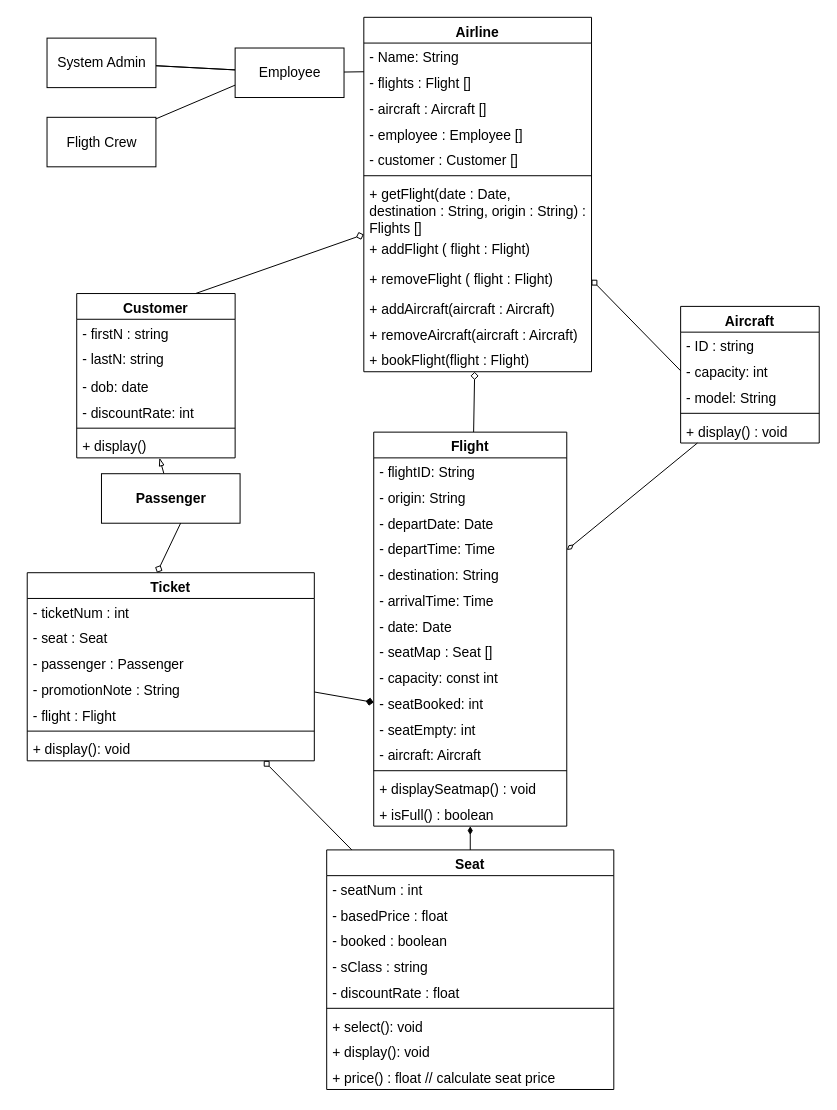
Earlier version of the draw.io diagram P2_Domain_Diagram/domain_full.drawio (ESDiep/FlightReservationProject). Source tidied: cells renumbered, new cells numbered last; positions are measured from the earlier drawing's top-left corner, leaving out a move shared by most shapes. Both pictures are drawn from the tidied source at 99%, with x=0, y=0 at pixel (27, 17).
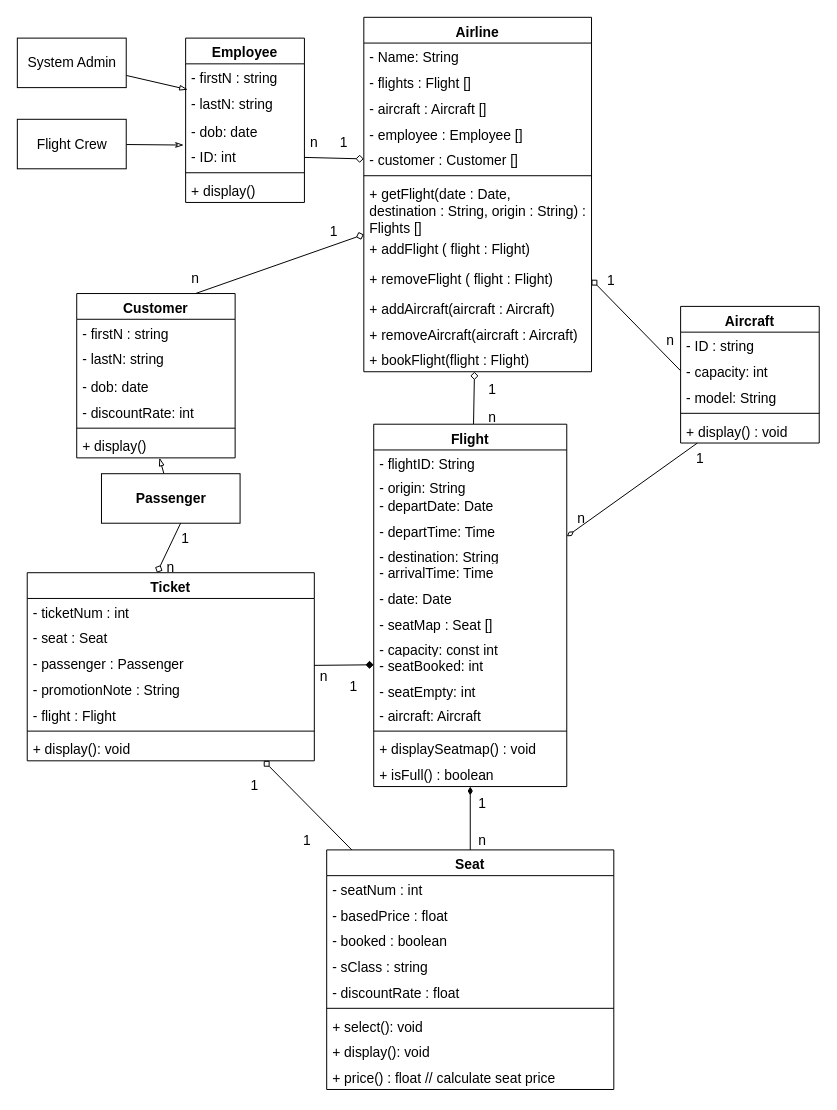
The same page after the edit.

Unchanged cells that the change refers to:
```xml
<mxCell id="14" value="- Name: String&#10;" style="text;strokeColor=none;fillColor=none;align=left;verticalAlign=top;spacingLeft=4;spacingRight=4;overflow=hidden;points=[[0,0.5],[1,0.5]];portConstraint=eastwest;fontSize=14;" parent="13" vertex="1">
  <mxGeometry y="26" width="230" height="26" as="geometry" />
</mxCell>
<mxCell id="18" value="- customer : Customer []&#10;" style="text;strokeColor=none;fillColor=none;align=left;verticalAlign=top;spacingLeft=4;spacingRight=4;overflow=hidden;points=[[0,0.5],[1,0.5]];portConstraint=eastwest;fontSize=14;" parent="13" vertex="1">
  <mxGeometry y="130" width="230" height="26" as="geometry" />
</mxCell>
```

Change to the diagram source:
```diff
@@
-    <mxCell id="2" style="edgeStyle=none;html=1;endArrow=none;endFill=0;exitX=0;exitY=1.115;exitDx=0;exitDy=0;exitPerimeter=0;fontSize=14;" parent="1" edge="1" source="14" target="5">
-      <mxGeometry relative="1" as="geometry" />
-    </mxCell>
-    <mxCell id="3" style="edgeStyle=none;html=1;endArrow=none;endFill=0;fontSize=14;" parent="1" edge="1" source="5" target="6">
-      <mxGeometry relative="1" as="geometry" />
-    </mxCell>
-    <mxCell id="4" style="edgeStyle=none;html=1;endArrow=none;endFill=0;fontSize=14;" parent="1" edge="1" source="5" target="6">
-      <mxGeometry relative="1" as="geometry" />
-    </mxCell>
-    <mxCell id="5" value="Employee" style="html=1;fontSize=14;" parent="1" vertex="1">
-      <mxGeometry x="210" y="31" width="110" height="50" as="geometry" />
-    </mxCell>
+    <mxCell id="79" style="edgeStyle=none;html=1;entryX=0.017;entryY=1;entryDx=0;entryDy=0;entryPerimeter=0;startArrow=none;startFill=0;endArrow=blockThin;endFill=0;" parent="1" edge="1" source="6" target="81">
+      <mxGeometry relative="1" as="geometry" />
+    </mxCell>
     <mxCell id="6" value="System Admin" style="html=1;fontSize=14;" parent="1" vertex="1">
-      <mxGeometry x="20" y="21" width="110" height="50" as="geometry" />
+      <mxGeometry x="-10" y="21" width="110" height="50" as="geometry" />
     </mxCell>
-    <mxCell id="7" style="edgeStyle=none;html=1;entryX=0;entryY=0.75;entryDx=0;entryDy=0;endArrow=none;endFill=0;fontSize=14;" parent="1" edge="1" source="8" target="5">
-      <mxGeometry relative="1" as="geometry" />
-    </mxCell>
+    <mxCell id="80" style="edgeStyle=none;html=1;entryX=-0.017;entryY=0.077;entryDx=0;entryDy=0;entryPerimeter=0;startArrow=none;startFill=0;endArrow=classicThin;endFill=0;" parent="1" edge="1" source="8" target="84">
+      <mxGeometry relative="1" as="geometry" />
+    </mxCell>
-    <mxCell id="8" value="Fligth Crew" style="html=1;fontSize=14;" parent="1" vertex="1">
-      <mxGeometry x="20" y="101" width="110" height="50" as="geometry" />
+    <mxCell id="8" value="Flight Crew" style="html=1;fontSize=14;" parent="1" vertex="1">
+      <mxGeometry x="-10" y="103" width="110" height="50" as="geometry" />
     </mxCell>
@@
     <mxCell id="28" value="Flight" style="swimlane;fontStyle=1;align=center;verticalAlign=top;horizontal=1;startSize=26;fontSize=14;" parent="1" vertex="1">
-      <mxGeometry x="350" y="419" width="195" height="398" as="geometry" />
+      <mxGeometry x="350" y="411" width="195" height="366" as="geometry" />
     </mxCell>
     <mxCell id="29" value="- flightID: String&#10;" style="text;strokeColor=none;fillColor=none;align=left;verticalAlign=top;spacingLeft=4;spacingRight=4;overflow=hidden;fontSize=14;" parent="28" vertex="1">
-      <mxGeometry y="26" width="195" height="26" as="geometry" />
+      <mxGeometry y="26" width="195" height="24" as="geometry" />
     </mxCell>
     <mxCell id="30" value="- origin: String&#10;" style="text;strokeColor=none;fillColor=none;align=left;verticalAlign=top;spacingLeft=4;spacingRight=4;overflow=hidden;fontSize=14;" parent="28" vertex="1">
-      <mxGeometry y="52" width="195" height="26" as="geometry" />
+      <mxGeometry y="50" width="195" height="18" as="geometry" />
     </mxCell>
     <mxCell id="31" value="- departDate: Date&#10;" style="text;strokeColor=none;fillColor=none;align=left;verticalAlign=top;spacingLeft=4;spacingRight=4;overflow=hidden;fontSize=14;" parent="28" vertex="1">
-      <mxGeometry y="78" width="195" height="26" as="geometry" />
+      <mxGeometry y="68" width="195" height="26" as="geometry" />
     </mxCell>
     <mxCell id="32" value="- departTime: Time&#10;" style="text;strokeColor=none;fillColor=none;align=left;verticalAlign=top;spacingLeft=4;spacingRight=4;overflow=hidden;fontSize=14;" parent="28" vertex="1">
-      <mxGeometry y="104" width="195" height="26" as="geometry" />
+      <mxGeometry y="94" width="195" height="26" as="geometry" />
     </mxCell>
     <mxCell id="33" value="- destination: String&#10;" style="text;strokeColor=none;fillColor=none;align=left;verticalAlign=top;spacingLeft=4;spacingRight=4;overflow=hidden;fontSize=14;" parent="28" vertex="1">
-      <mxGeometry y="130" width="195" height="26" as="geometry" />
+      <mxGeometry y="120" width="195" height="16" as="geometry" />
     </mxCell>
     <mxCell id="34" value="- arrivalTime: Time&#10;" style="text;strokeColor=none;fillColor=none;align=left;verticalAlign=top;spacingLeft=4;spacingRight=4;overflow=hidden;fontSize=14;" parent="28" vertex="1">
-      <mxGeometry y="156" width="195" height="26" as="geometry" />
+      <mxGeometry y="136" width="195" height="26" as="geometry" />
     </mxCell>
     <mxCell id="35" value="- date: Date&#10;" style="text;strokeColor=none;fillColor=none;align=left;verticalAlign=top;spacingLeft=4;spacingRight=4;overflow=hidden;fontSize=14;" parent="28" vertex="1">
-      <mxGeometry y="182" width="195" height="26" as="geometry" />
+      <mxGeometry y="162" width="195" height="26" as="geometry" />
     </mxCell>
     <mxCell id="36" value="- seatMap : Seat []" style="text;strokeColor=none;fillColor=none;align=left;verticalAlign=top;spacingLeft=4;spacingRight=4;overflow=hidden;fontSize=14;" parent="28" vertex="1">
-      <mxGeometry y="208" width="195" height="26" as="geometry" />
+      <mxGeometry y="188" width="195" height="26" as="geometry" />
     </mxCell>
     <mxCell id="37" value="- capacity: const int" style="text;strokeColor=none;fillColor=none;align=left;verticalAlign=top;spacingLeft=4;spacingRight=4;overflow=hidden;fontSize=14;" parent="28" vertex="1">
-      <mxGeometry y="234" width="195" height="26" as="geometry" />
+      <mxGeometry y="214" width="195" height="16" as="geometry" />
     </mxCell>
     <mxCell id="38" value="- seatBooked: int" style="text;strokeColor=none;fillColor=none;align=left;verticalAlign=top;spacingLeft=4;spacingRight=4;overflow=hidden;points=[[0,0.5],[1,0.5]];portConstraint=eastwest;fontSize=14;" parent="28" vertex="1">
-      <mxGeometry y="260" width="195" height="26" as="geometry" />
+      <mxGeometry y="230" width="195" height="26" as="geometry" />
     </mxCell>
     <mxCell id="39" value="- seatEmpty: int" style="text;strokeColor=none;fillColor=none;align=left;verticalAlign=top;spacingLeft=4;spacingRight=4;overflow=hidden;fontSize=14;" parent="28" vertex="1">
-      <mxGeometry y="286" width="195" height="26" as="geometry" />
+      <mxGeometry y="256" width="195" height="24" as="geometry" />
     </mxCell>
     <mxCell id="40" value="- aircraft: Aircraft" style="text;strokeColor=none;fillColor=none;align=left;verticalAlign=top;spacingLeft=4;spacingRight=4;overflow=hidden;fontSize=14;" parent="28" vertex="1">
-      <mxGeometry y="312" width="195" height="26" as="geometry" />
+      <mxGeometry y="280" width="195" height="26" as="geometry" />
     </mxCell>
     <mxCell id="41" style="line;strokeWidth=1;fillColor=none;align=left;verticalAlign=middle;spacingTop=-1;spacingLeft=3;spacingRight=3;labelPosition=right;strokeColor=inherit;fontSize=14;" parent="28" vertex="1">
-      <mxGeometry y="338" width="195" height="8" as="geometry" />
+      <mxGeometry y="306" width="195" height="8" as="geometry" />
     </mxCell>
     <mxCell id="42" value="+ displaySeatmap() : void" style="text;strokeColor=none;fillColor=none;align=left;verticalAlign=top;spacingLeft=4;spacingRight=4;overflow=hidden;fontSize=14;" parent="28" vertex="1">
-      <mxGeometry y="346" width="195" height="26" as="geometry" />
+      <mxGeometry y="314" width="195" height="26" as="geometry" />
     </mxCell>
     <mxCell id="43" value="+ isFull() : boolean" style="text;strokeColor=none;fillColor=none;align=left;verticalAlign=top;spacingLeft=4;spacingRight=4;overflow=hidden;fontSize=14;" parent="28" vertex="1">
-      <mxGeometry y="372" width="195" height="26" as="geometry" />
+      <mxGeometry y="340" width="195" height="26" as="geometry" />
     </mxCell>
@@
+    <mxCell id="5" value="Employee" style="swimlane;fontStyle=1;align=center;verticalAlign=top;horizontal=1;startSize=26;fontSize=14;" parent="1" vertex="1">
+      <mxGeometry x="160" y="21" width="120" height="166" as="geometry" />
+    </mxCell>
+    <mxCell id="81" value="- firstN : string" style="text;strokeColor=none;fillColor=none;align=left;verticalAlign=top;spacingLeft=4;spacingRight=4;overflow=hidden;points=[[0,0.5],[1,0.5]];portConstraint=eastwest;fontSize=14;" parent="5" vertex="1">
+      <mxGeometry y="26" width="120" height="26" as="geometry" />
+    </mxCell>
+    <mxCell id="82" value="- lastN: string" style="text;strokeColor=none;fillColor=none;align=left;verticalAlign=top;spacingLeft=4;spacingRight=4;overflow=hidden;fontSize=14;" parent="5" vertex="1">
+      <mxGeometry y="52" width="120" height="28" as="geometry" />
+    </mxCell>
+    <mxCell id="83" value="- dob: date" style="text;strokeColor=none;fillColor=none;align=left;verticalAlign=top;spacingLeft=4;spacingRight=4;overflow=hidden;fontSize=14;" parent="5" vertex="1">
+      <mxGeometry y="80" width="120" height="26" as="geometry" />
+    </mxCell>
+    <mxCell id="84" value="- ID: int" style="text;strokeColor=none;fillColor=none;align=left;verticalAlign=top;spacingLeft=4;spacingRight=4;overflow=hidden;points=[[0,0.5],[1,0.5]];portConstraint=eastwest;fontSize=14;" parent="5" vertex="1">
+      <mxGeometry y="106" width="120" height="26" as="geometry" />
+    </mxCell>
+    <mxCell id="85" style="line;strokeWidth=1;fillColor=none;align=left;verticalAlign=middle;spacingTop=-1;spacingLeft=3;spacingRight=3;labelPosition=right;strokeColor=inherit;fontSize=14;" parent="5" vertex="1">
+      <mxGeometry y="132" width="120" height="8" as="geometry" />
+    </mxCell>
+    <mxCell id="86" value="+ display()" style="text;strokeColor=none;fillColor=none;align=left;verticalAlign=top;spacingLeft=4;spacingRight=4;overflow=hidden;fontSize=14;" parent="5" vertex="1">
+      <mxGeometry y="140" width="120" height="26" as="geometry" />
+    </mxCell>
+    <mxCell id="87" style="edgeStyle=none;html=1;entryX=0;entryY=0.5;entryDx=0;entryDy=0;endArrow=diamond;endFill=0;" parent="1" edge="1" source="84" target="18">
+      <mxGeometry relative="1" as="geometry" />
+    </mxCell>
+    <mxCell id="88" value="&lt;font style=&quot;font-size: 14px;&quot;&gt;1&lt;/font&gt;" style="text;strokeColor=none;align=center;fillColor=none;html=1;verticalAlign=middle;whiteSpace=wrap;rounded=0;" parent="1" vertex="1">
+      <mxGeometry x="300" y="111" width="40" height="30" as="geometry" />
+    </mxCell>
+    <mxCell id="89" value="&lt;font style=&quot;font-size: 14px;&quot;&gt;n&lt;/font&gt;" style="text;strokeColor=none;align=center;fillColor=none;html=1;verticalAlign=middle;whiteSpace=wrap;rounded=0;" parent="1" vertex="1">
+      <mxGeometry x="270" y="111" width="40" height="30" as="geometry" />
+    </mxCell>
+    <mxCell id="90" value="&lt;font style=&quot;font-size: 14px;&quot;&gt;1&lt;/font&gt;" style="text;strokeColor=none;align=center;fillColor=none;html=1;verticalAlign=middle;whiteSpace=wrap;rounded=0;" parent="1" vertex="1">
+      <mxGeometry x="570" y="251" width="40" height="30" as="geometry" />
+    </mxCell>
+    <mxCell id="91" value="&lt;font style=&quot;font-size: 14px;&quot;&gt;1&lt;/font&gt;" style="text;strokeColor=none;align=center;fillColor=none;html=1;verticalAlign=middle;whiteSpace=wrap;rounded=0;" parent="1" vertex="1">
+      <mxGeometry x="450" y="361" width="40" height="30" as="geometry" />
+    </mxCell>
+    <mxCell id="92" value="&lt;font style=&quot;font-size: 14px;&quot;&gt;1&lt;/font&gt;" style="text;strokeColor=none;align=center;fillColor=none;html=1;verticalAlign=middle;whiteSpace=wrap;rounded=0;" parent="1" vertex="1">
+      <mxGeometry x="290" y="201" width="40" height="30" as="geometry" />
+    </mxCell>
+    <mxCell id="93" value="&lt;font style=&quot;font-size: 14px;&quot;&gt;1&lt;/font&gt;" style="text;strokeColor=none;align=center;fillColor=none;html=1;verticalAlign=middle;whiteSpace=wrap;rounded=0;" parent="1" vertex="1">
+      <mxGeometry x="310" y="661" width="40" height="30" as="geometry" />
+    </mxCell>
+    <mxCell id="94" value="&lt;font style=&quot;font-size: 14px;&quot;&gt;n&lt;/font&gt;" style="text;strokeColor=none;align=center;fillColor=none;html=1;verticalAlign=middle;whiteSpace=wrap;rounded=0;" parent="1" vertex="1">
+      <mxGeometry x="540" y="491" width="40" height="30" as="geometry" />
+    </mxCell>
+    <mxCell id="95" value="&lt;font style=&quot;font-size: 14px;&quot;&gt;1&lt;/font&gt;" style="text;strokeColor=none;align=center;fillColor=none;html=1;verticalAlign=middle;whiteSpace=wrap;rounded=0;" parent="1" vertex="1">
+      <mxGeometry x="660" y="431" width="40" height="30" as="geometry" />
+    </mxCell>
+    <mxCell id="96" value="&lt;font style=&quot;font-size: 14px;&quot;&gt;n&lt;/font&gt;" style="text;strokeColor=none;align=center;fillColor=none;html=1;verticalAlign=middle;whiteSpace=wrap;rounded=0;" parent="1" vertex="1">
+      <mxGeometry x="630" y="311" width="40" height="30" as="geometry" />
+    </mxCell>
+    <mxCell id="97" value="&lt;font style=&quot;font-size: 14px;&quot;&gt;n&lt;/font&gt;" style="text;strokeColor=none;align=center;fillColor=none;html=1;verticalAlign=middle;whiteSpace=wrap;rounded=0;" parent="1" vertex="1">
+      <mxGeometry x="450" y="389" width="40" height="30" as="geometry" />
+    </mxCell>
+    <mxCell id="98" value="&lt;font style=&quot;font-size: 14px;&quot;&gt;n&lt;/font&gt;" style="text;strokeColor=none;align=center;fillColor=none;html=1;verticalAlign=middle;whiteSpace=wrap;rounded=0;" parent="1" vertex="1">
+      <mxGeometry x="150" y="249" width="40" height="30" as="geometry" />
+    </mxCell>
+    <mxCell id="99" value="&lt;font style=&quot;font-size: 14px;&quot;&gt;n&lt;/font&gt;" style="text;strokeColor=none;align=center;fillColor=none;html=1;verticalAlign=middle;whiteSpace=wrap;rounded=0;" parent="1" vertex="1">
+      <mxGeometry x="125" y="541" width="40" height="30" as="geometry" />
+    </mxCell>
+    <mxCell id="100" value="&lt;font style=&quot;font-size: 14px;&quot;&gt;1&lt;/font&gt;" style="text;strokeColor=none;align=center;fillColor=none;html=1;verticalAlign=middle;whiteSpace=wrap;rounded=0;" parent="1" vertex="1">
+      <mxGeometry x="140" y="511" width="40" height="30" as="geometry" />
+    </mxCell>
+    <mxCell id="101" value="&lt;font style=&quot;font-size: 14px;&quot;&gt;n&lt;/font&gt;" style="text;strokeColor=none;align=center;fillColor=none;html=1;verticalAlign=middle;whiteSpace=wrap;rounded=0;" parent="1" vertex="1">
+      <mxGeometry x="280" y="651" width="40" height="30" as="geometry" />
+    </mxCell>
+    <mxCell id="102" value="&lt;font style=&quot;font-size: 14px;&quot;&gt;1&lt;/font&gt;" style="text;strokeColor=none;align=center;fillColor=none;html=1;verticalAlign=middle;whiteSpace=wrap;rounded=0;" parent="1" vertex="1">
+      <mxGeometry x="210" y="761" width="40" height="30" as="geometry" />
+    </mxCell>
+    <mxCell id="103" value="&lt;font style=&quot;font-size: 14px;&quot;&gt;1&lt;/font&gt;" style="text;strokeColor=none;align=center;fillColor=none;html=1;verticalAlign=middle;whiteSpace=wrap;rounded=0;" parent="1" vertex="1">
+      <mxGeometry x="262.5" y="817" width="40" height="30" as="geometry" />
+    </mxCell>
+    <mxCell id="104" value="&lt;font style=&quot;font-size: 14px;&quot;&gt;1&lt;/font&gt;" style="text;strokeColor=none;align=center;fillColor=none;html=1;verticalAlign=middle;whiteSpace=wrap;rounded=0;" parent="1" vertex="1">
+      <mxGeometry x="440" y="781" width="40" height="26" as="geometry" />
+    </mxCell>
+    <mxCell id="105" value="&lt;font style=&quot;font-size: 14px;&quot;&gt;n&lt;/font&gt;" style="text;strokeColor=none;align=center;fillColor=none;html=1;verticalAlign=middle;whiteSpace=wrap;rounded=0;" parent="1" vertex="1">
+      <mxGeometry x="440" y="817" width="40" height="30" as="geometry" />
+    </mxCell>
```
